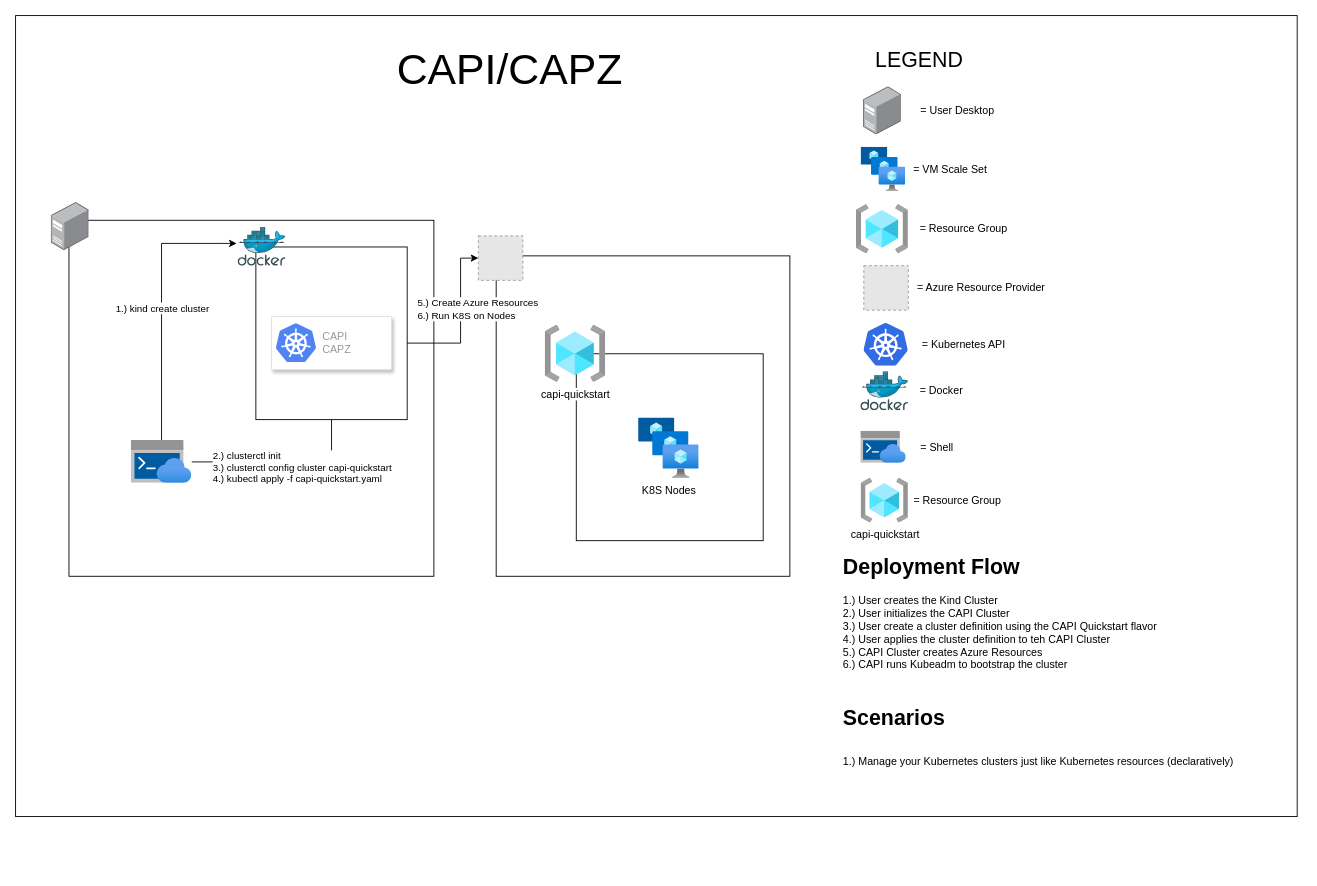
The draw.io diagram capi-capz/architecture.drawio in lastcoolnameleft/architecture-examples, before the edit. Source tidied: cells renumbered, new cells numbered last; positions are measured from the earlier drawing's top-left corner, leaving out a move shared by most shapes. Both pictures are drawn from the tidied source at 89%, with x=0, y=0 at pixel (15, 15). Pictures stored in the file or linked from it are replaced by grey dashed boxes.
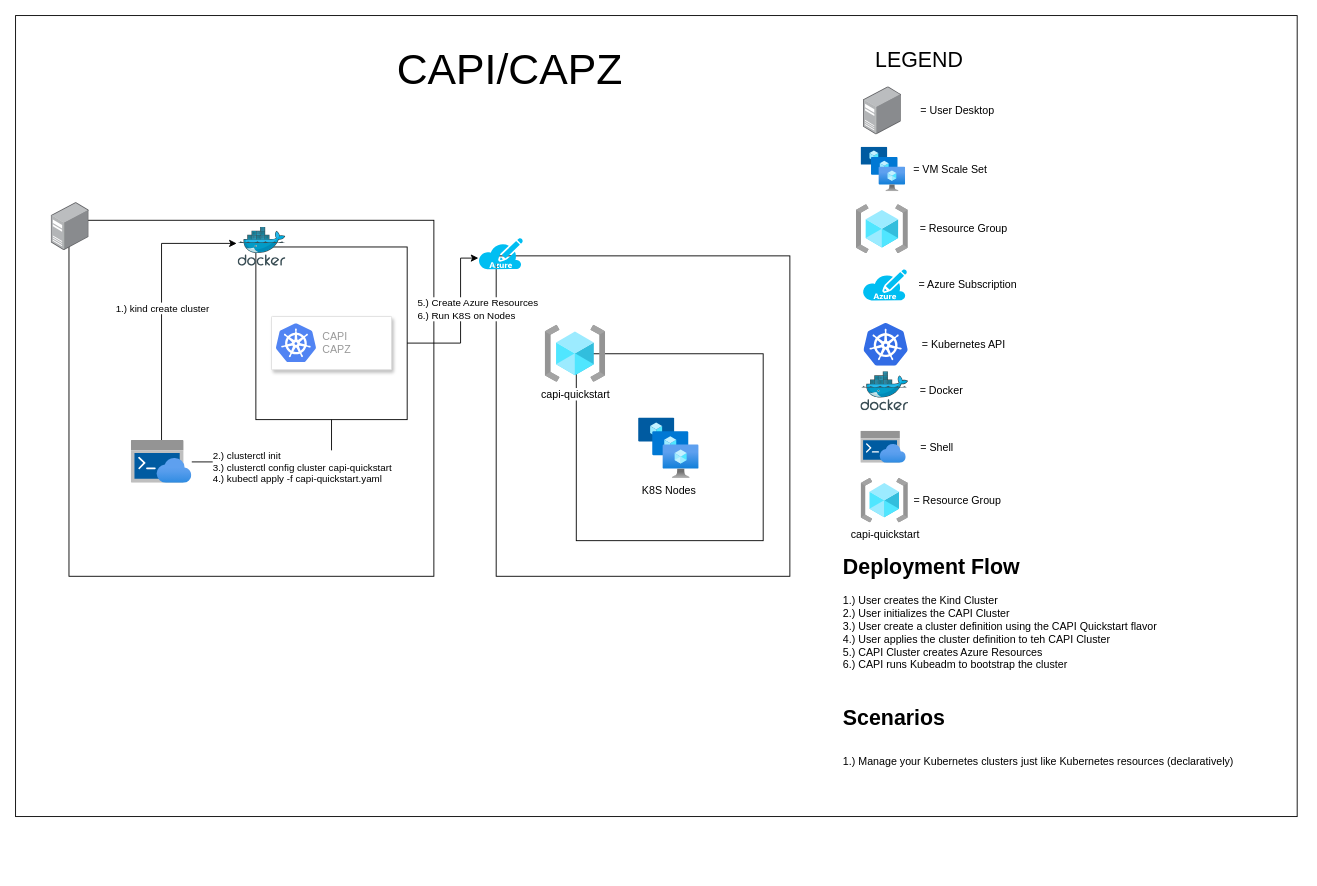
After the change.

Commit message (it also covers changes not shown here):
update with azure icon

Unchanged cells that the change refers to:
```xml
<mxCell id="31" style="strokeColor=#dddddd;shadow=1;strokeWidth=1;rounded=1;absoluteArcSize=1;arcSize=2;" parent="1" vertex="1">
  <mxGeometry x="287.5" y="338" width="135" height="60" as="geometry" />
</mxCell>
```

What changed in the source:
```diff
@@
-    <mxCell id="8" value="&amp;nbsp;= Azure Resource Provider" style="text;html=1;align=center;verticalAlign=middle;" parent="1" vertex="1">
-      <mxGeometry x="1003.1" y="296" width="160" height="20" as="geometry" />
+    <mxCell id="8" value="&amp;nbsp;= Azure Subscription" style="text;html=1;align=center;verticalAlign=middle;" parent="1" vertex="1">
+      <mxGeometry x="1003.4" y="292.5" width="130" height="20" as="geometry" />
     </mxCell>
@@
-    <mxCell id="18" style="edgeStyle=orthogonalEdgeStyle;rounded=0;jettySize=auto;html=1;entryX=0;entryY=0.5;entryDx=0;entryDy=0;" parent="1" edge="1" source="31" target="25">
+    <mxCell id="18" style="edgeStyle=orthogonalEdgeStyle;rounded=0;jettySize=auto;html=1;entryX=0;entryY=0.5;entryDx=0;entryDy=0;" parent="1" edge="1" source="31">
       <mxGeometry relative="1" as="geometry">
+        <mxPoint x="520" y="272.5" as="targetPoint" />
         <Array as="points">
           <mxPoint x="500" y="368" />
           <mxPoint x="500" y="273" />
         </Array>
       </mxGeometry>
     </mxCell>
@@
-    <mxCell id="25" style="fillColor=#E6E6E6;strokeColor=#999999;dashed=1;verticalLabelPosition=bottom;labelBackgroundColor=#ffffff;verticalAlign=top;" parent="1" vertex="1">
-      <mxGeometry x="520" y="247.5" width="50" height="50" as="geometry" />
-    </mxCell>
@@
-    <mxCell id="35" style="fillColor=#E6E6E6;strokeColor=#999999;dashed=1;verticalLabelPosition=bottom;labelBackgroundColor=#ffffff;verticalAlign=top;" parent="1" vertex="1">
-      <mxGeometry x="953.1" y="281" width="50" height="50" as="geometry" />
-    </mxCell>
@@
+    <mxCell id="41" style="verticalLabelPosition=bottom;html=1;verticalAlign=top;align=center;strokeColor=none;fillColor=#00BEF2;shape=mxgraph.azure.azure_subscription;" parent="1" vertex="1">
+      <mxGeometry x="520" y="250" width="50" height="35" as="geometry" />
+    </mxCell>
+    <mxCell id="42" style="verticalLabelPosition=bottom;html=1;verticalAlign=top;align=center;strokeColor=none;fillColor=#00BEF2;shape=mxgraph.azure.azure_subscription;" parent="1" vertex="1">
+      <mxGeometry x="951.6" y="285" width="50" height="35" as="geometry" />
+    </mxCell>
```
